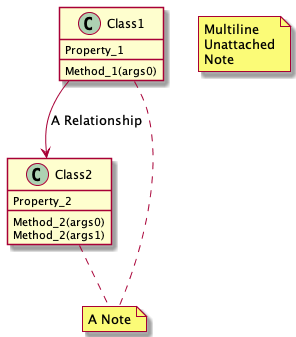
This is .gitbook/assets/Notes07_attached_notes (1).png from unifiedcompliance/compliance-as-code-book, a PlantUML export, as it was before one commit. Its diagram source:
```plantuml
@startuml

class Class1 {
  Method_1(args0)
  Property_1
}

class Class2 {
  Method_2(args0)
  Method_2(args1)
  Property_2
}

Class1 --> Class2 : A Relationship

note "A Note" as noteAlias_1

note as noteAlias_2
Multiline
Unattached
Note
end note

Class1 .. noteAlias_1
Class2 .. noteAlias_1

@enduml
```
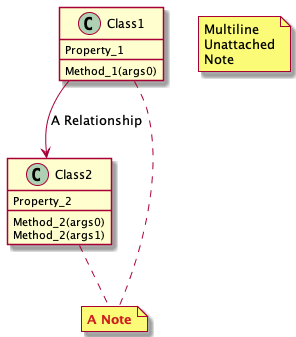
The same file after the commit.

Diff of the diagram source:
```diff
@@ -13,7 +13,7 @@
 
 Class1 --> Class2 : A Relationship
 
-note "A Note" as noteAlias_1
+note "<color #CD1E1E><b>A Note</b></color>" as noteAlias_1
 
 note as noteAlias_2
 Multiline
```
